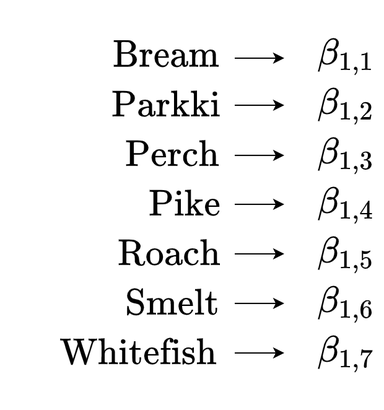
The draw.io diagram lessons/03_Bambi_Introduction/imgs/expected_values_0_plus_species.png in tomicapretto/etc, before a commit. Source tidied: cells renumbered, new cells last; positions are measured from the earlier drawing's top-left corner, leaving out a move shared by most shapes.
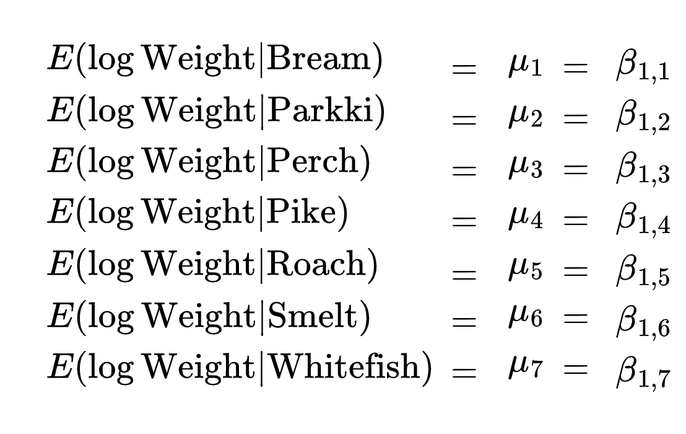
After the commit.

Diff of the diagram source:
```diff
@@ -2,89 +2,110 @@
   <root>
     <mxCell id="0" />
     <mxCell id="1" parent="0" />
-    <mxCell id="2" value="&lt;font style=&quot;font-size: 24px&quot;&gt;$$\text{Bream}$$&lt;/font&gt;" style="text;html=1;strokeColor=none;fillColor=none;align=center;verticalAlign=middle;whiteSpace=wrap;rounded=0;" parent="1" vertex="1">
-      <mxGeometry x="45" width="90" height="29.2" as="geometry" />
-    </mxCell>
     <mxCell id="3" value="&lt;font style=&quot;font-size: 24px&quot;&gt;$$\beta_{1, 1}$$&lt;/font&gt;" style="text;html=1;strokeColor=none;fillColor=none;align=center;verticalAlign=middle;whiteSpace=wrap;rounded=0;" parent="1" vertex="1">
-      <mxGeometry x="216" y="4.6" width="40" height="20" as="geometry" />
+      <mxGeometry x="200" y="9.1" width="40" height="20" as="geometry" />
     </mxCell>
-    <mxCell id="4" value="&lt;font style=&quot;font-size: 24px&quot;&gt;$$\text{Parkki}$$&lt;/font&gt;" style="text;html=1;strokeColor=none;fillColor=none;align=center;verticalAlign=middle;whiteSpace=wrap;rounded=0;" parent="1" vertex="1">
-      <mxGeometry x="45" y="40" width="90" height="29.2" as="geometry" />
-    </mxCell>
-    <mxCell id="5" value="&lt;font style=&quot;font-size: 24px&quot;&gt;$$\text{Perch}$$&lt;/font&gt;" style="text;html=1;strokeColor=none;fillColor=none;align=center;verticalAlign=middle;whiteSpace=wrap;rounded=0;" parent="1" vertex="1">
-      <mxGeometry x="55" y="80.4" width="80" height="29.5" as="geometry" />
-    </mxCell>
-    <mxCell id="6" value="&lt;font style=&quot;font-size: 24px&quot;&gt;$$\text{Pike}$$&lt;/font&gt;" style="text;html=1;strokeColor=none;fillColor=none;align=center;verticalAlign=middle;whiteSpace=wrap;rounded=0;" parent="1" vertex="1">
-      <mxGeometry x="75" y="120" width="60" height="29.2" as="geometry" />
-    </mxCell>
-    <mxCell id="7" value="&lt;meta http-equiv=&quot;content-type&quot; content=&quot;text/html; charset=utf-8&quot; style=&quot;&quot;&gt;&lt;span style=&quot;font-family: Helvetica; font-size: 24px; font-style: normal; font-variant-ligatures: normal; font-variant-caps: normal; font-weight: 400; letter-spacing: normal; orphans: 2; text-align: center; text-indent: 0px; text-transform: none; widows: 2; word-spacing: 0px; -webkit-text-stroke-width: 0px; background-color: rgb(248, 249, 250); text-decoration-style: initial; text-decoration-color: initial; float: none; display: inline !important;&quot;&gt;$$\text{Roach}$$&lt;/span&gt;" style="text;html=1;strokeColor=none;fillColor=none;align=center;verticalAlign=middle;whiteSpace=wrap;rounded=0;" parent="1" vertex="1">
-      <mxGeometry x="50" y="160" width="85" height="29.2" as="geometry" />
-    </mxCell>
-    <mxCell id="8" value="&lt;span style=&quot;font-family: &amp;#34;helvetica&amp;#34; ; font-size: 24px ; font-style: normal ; font-weight: 400 ; letter-spacing: normal ; text-align: center ; text-indent: 0px ; text-transform: none ; word-spacing: 0px ; background-color: rgb(248 , 249 , 250) ; float: none ; display: inline&quot;&gt;$$\text{Smelt}$$&lt;/span&gt;" style="text;html=1;strokeColor=none;fillColor=none;align=center;verticalAlign=middle;whiteSpace=wrap;rounded=0;" parent="1" vertex="1">
-      <mxGeometry x="55" y="200" width="80" height="29.2" as="geometry" />
-    </mxCell>
-    <mxCell id="9" value="&lt;span style=&quot;font-family: &amp;#34;helvetica&amp;#34; ; font-size: 24px ; font-style: normal ; font-weight: 400 ; letter-spacing: normal ; text-align: center ; text-indent: 0px ; text-transform: none ; word-spacing: 0px ; background-color: rgb(248 , 249 , 250) ; float: none ; display: inline&quot;&gt;$$\text{Whitefish}$$&lt;/span&gt;" style="text;html=1;strokeColor=none;fillColor=none;align=center;verticalAlign=middle;whiteSpace=wrap;rounded=0;" parent="1" vertex="1">
-      <mxGeometry y="240" width="135" height="29.2" as="geometry" />
-    </mxCell>
     <mxCell id="10" value="&lt;font style=&quot;font-size: 24px&quot;&gt;$$\beta_{1, 2}$$&lt;/font&gt;" style="text;html=1;strokeColor=none;fillColor=none;align=center;verticalAlign=middle;whiteSpace=wrap;rounded=0;" parent="1" vertex="1">
-      <mxGeometry x="216" y="44.6" width="40" height="20" as="geometry" />
+      <mxGeometry x="200" y="50.1" width="40" height="20" as="geometry" />
     </mxCell>
     <mxCell id="11" value="&lt;font style=&quot;font-size: 24px&quot;&gt;$$\beta_{1, 3}$$&lt;/font&gt;" style="text;html=1;strokeColor=none;fillColor=none;align=center;verticalAlign=middle;whiteSpace=wrap;rounded=0;" parent="1" vertex="1">
-      <mxGeometry x="216" y="85.1" width="40" height="20" as="geometry" />
+      <mxGeometry x="200" y="91.5" width="40" height="20" as="geometry" />
     </mxCell>
     <mxCell id="12" value="&lt;font style=&quot;font-size: 24px&quot;&gt;$$\beta_{1, 4}$$&lt;/font&gt;" style="text;html=1;strokeColor=none;fillColor=none;align=center;verticalAlign=middle;whiteSpace=wrap;rounded=0;" parent="1" vertex="1">
-      <mxGeometry x="216" y="124.6" width="40" height="20" as="geometry" />
+      <mxGeometry x="200" y="133.1" width="40" height="20" as="geometry" />
     </mxCell>
     <mxCell id="13" value="&lt;font style=&quot;font-size: 24px&quot;&gt;$$\beta_{1, 5}$$&lt;/font&gt;" style="text;html=1;strokeColor=none;fillColor=none;align=center;verticalAlign=middle;whiteSpace=wrap;rounded=0;" parent="1" vertex="1">
-      <mxGeometry x="216" y="164.6" width="40" height="20" as="geometry" />
+      <mxGeometry x="200" y="175.1" width="40" height="20" as="geometry" />
     </mxCell>
     <mxCell id="14" value="&lt;font style=&quot;font-size: 24px&quot;&gt;$$\beta_{1, 6}$$&lt;/font&gt;" style="text;html=1;strokeColor=none;fillColor=none;align=center;verticalAlign=middle;whiteSpace=wrap;rounded=0;" parent="1" vertex="1">
-      <mxGeometry x="216" y="204.6" width="40" height="20" as="geometry" />
+      <mxGeometry x="200" y="216.1" width="40" height="20" as="geometry" />
     </mxCell>
     <mxCell id="15" value="&lt;font style=&quot;font-size: 24px&quot;&gt;$$\beta_{1, 7}$$&lt;/font&gt;" style="text;html=1;strokeColor=none;fillColor=none;align=center;verticalAlign=middle;whiteSpace=wrap;rounded=0;" parent="1" vertex="1">
-      <mxGeometry x="216" y="244.6" width="40" height="20" as="geometry" />
+      <mxGeometry x="200" y="257.1" width="40" height="20" as="geometry" />
     </mxCell>
-    <mxCell id="16" style="endArrow=classic;html=1;" parent="1" edge="1">
-      <mxGeometry relative="1" as="geometry">
-        <mxPoint x="145" y="16.5" as="sourcePoint" />
-        <mxPoint x="185" y="16.5" as="targetPoint" />
-      </mxGeometry>
-    </mxCell>
-    <mxCell id="17" style="endArrow=classic;html=1;" parent="1" edge="1">
-      <mxGeometry relative="1" as="geometry">
-        <mxPoint x="145" y="54.5" as="sourcePoint" />
-        <mxPoint x="185" y="54.5" as="targetPoint" />
-      </mxGeometry>
-    </mxCell>
-    <mxCell id="18" style="endArrow=classic;html=1;" parent="1" edge="1">
-      <mxGeometry relative="1" as="geometry">
-        <mxPoint x="145" y="94.9" as="sourcePoint" />
-        <mxPoint x="185" y="94.9" as="targetPoint" />
-      </mxGeometry>
-    </mxCell>
-    <mxCell id="19" style="endArrow=classic;html=1;" parent="1" edge="1">
-      <mxGeometry relative="1" as="geometry">
-        <mxPoint x="145" y="134.5" as="sourcePoint" />
-        <mxPoint x="185" y="134.5" as="targetPoint" />
-      </mxGeometry>
-    </mxCell>
-    <mxCell id="20" style="endArrow=classic;html=1;" parent="1" edge="1">
-      <mxGeometry relative="1" as="geometry">
-        <mxPoint x="145" y="174.5" as="sourcePoint" />
-        <mxPoint x="185" y="174.5" as="targetPoint" />
-      </mxGeometry>
-    </mxCell>
-    <mxCell id="21" style="endArrow=classic;html=1;" parent="1" edge="1">
-      <mxGeometry relative="1" as="geometry">
-        <mxPoint x="145" y="214.5" as="sourcePoint" />
-        <mxPoint x="185" y="214.5" as="targetPoint" />
-      </mxGeometry>
-    </mxCell>
-    <mxCell id="22" style="endArrow=classic;html=1;" parent="1" edge="1">
-      <mxGeometry relative="1" as="geometry">
-        <mxPoint x="145" y="254.5" as="sourcePoint" />
-        <mxPoint x="185" y="254.5" as="targetPoint" />
-      </mxGeometry>
-    </mxCell>
+    <mxCell id="23" value="&lt;font style=&quot;font-size: 24px&quot;&gt;$$E(\log\text{Weight} | \text{Bream})$$&lt;/font&gt;" style="text;html=1;strokeColor=none;fillColor=none;align=center;verticalAlign=middle;whiteSpace=wrap;rounded=0;" parent="1" vertex="1">
+      <mxGeometry x="-276" y="0.6" width="300" height="29.2" as="geometry" />
+    </mxCell>
+    <mxCell id="24" value="&lt;span style=&quot;font-size: 24px;&quot;&gt;$$\mu_1$$&lt;/span&gt;" style="text;html=1;strokeColor=none;fillColor=none;align=center;verticalAlign=middle;whiteSpace=wrap;rounded=0;" parent="1" vertex="1">
+      <mxGeometry x="95" y="0.6" width="60" height="30" as="geometry" />
+    </mxCell>
+    <mxCell id="25" value="&lt;font style=&quot;font-size: 24px&quot;&gt;$$=$$&lt;/font&gt;" style="text;html=1;strokeColor=none;fillColor=none;align=center;verticalAlign=middle;whiteSpace=wrap;rounded=0;" parent="1" vertex="1">
+      <mxGeometry x="55" y="11.6" width="40" height="20" as="geometry" />
+    </mxCell>
+    <mxCell id="26" value="&lt;font style=&quot;font-size: 24px&quot;&gt;$$=$$&lt;/font&gt;" style="text;html=1;strokeColor=none;fillColor=none;align=center;verticalAlign=middle;whiteSpace=wrap;rounded=0;" parent="1" vertex="1">
+      <mxGeometry x="145" y="10.6" width="40" height="20" as="geometry" />
+    </mxCell>
+    <mxCell id="27" value="&lt;font style=&quot;font-size: 24px&quot;&gt;$$E(\log\text{Weight} | \text{Parkki})$$&lt;/font&gt;" style="text;html=1;strokeColor=none;fillColor=none;align=center;verticalAlign=middle;whiteSpace=wrap;rounded=0;" parent="1" vertex="1">
+      <mxGeometry x="-275" y="42.3" width="300" height="29.2" as="geometry" />
+    </mxCell>
+    <mxCell id="28" value="&lt;span style=&quot;font-size: 24px;&quot;&gt;$$\mu_2$$&lt;/span&gt;" style="text;html=1;strokeColor=none;fillColor=none;align=center;verticalAlign=middle;whiteSpace=wrap;rounded=0;" parent="1" vertex="1">
+      <mxGeometry x="95" y="42.3" width="60" height="30" as="geometry" />
+    </mxCell>
+    <mxCell id="29" value="&lt;font style=&quot;font-size: 24px&quot;&gt;$$=$$&lt;/font&gt;" style="text;html=1;strokeColor=none;fillColor=none;align=center;verticalAlign=middle;whiteSpace=wrap;rounded=0;" parent="1" vertex="1">
+      <mxGeometry x="55" y="53.2" width="40" height="20" as="geometry" />
+    </mxCell>
+    <mxCell id="30" value="&lt;font style=&quot;font-size: 24px&quot;&gt;$$=$$&lt;/font&gt;" style="text;html=1;strokeColor=none;fillColor=none;align=center;verticalAlign=middle;whiteSpace=wrap;rounded=0;" parent="1" vertex="1">
+      <mxGeometry x="145" y="52.3" width="40" height="20" as="geometry" />
+    </mxCell>
+    <mxCell id="31" value="&lt;font style=&quot;font-size: 24px&quot;&gt;$$E(\log\text{Weight} | \text{Perch})$$&lt;/font&gt;" style="text;html=1;strokeColor=none;fillColor=none;align=center;verticalAlign=middle;whiteSpace=wrap;rounded=0;" parent="1" vertex="1">
+      <mxGeometry x="-281" y="83.1" width="300" height="29.2" as="geometry" />
+    </mxCell>
+    <mxCell id="32" value="&lt;span style=&quot;font-size: 24px;&quot;&gt;$$\mu_3$$&lt;/span&gt;" style="text;html=1;strokeColor=none;fillColor=none;align=center;verticalAlign=middle;whiteSpace=wrap;rounded=0;" parent="1" vertex="1">
+      <mxGeometry x="95" y="82.8" width="60" height="30" as="geometry" />
+    </mxCell>
+    <mxCell id="33" value="&lt;font style=&quot;font-size: 24px&quot;&gt;$$=$$&lt;/font&gt;" style="text;html=1;strokeColor=none;fillColor=none;align=center;verticalAlign=middle;whiteSpace=wrap;rounded=0;" parent="1" vertex="1">
+      <mxGeometry x="55" y="93.7" width="40" height="20" as="geometry" />
+    </mxCell>
+    <mxCell id="34" value="&lt;font style=&quot;font-size: 24px&quot;&gt;$$=$$&lt;/font&gt;" style="text;html=1;strokeColor=none;fillColor=none;align=center;verticalAlign=middle;whiteSpace=wrap;rounded=0;" parent="1" vertex="1">
+      <mxGeometry x="145" y="92.8" width="40" height="20" as="geometry" />
+    </mxCell>
+    <mxCell id="35" value="&lt;font style=&quot;font-size: 24px&quot;&gt;$$E(\log\text{Weight} | \text{Pike})$$&lt;/font&gt;" style="text;html=1;strokeColor=none;fillColor=none;align=center;verticalAlign=middle;whiteSpace=wrap;rounded=0;" parent="1" vertex="1">
+      <mxGeometry x="-290" y="124.6" width="300" height="29.2" as="geometry" />
+    </mxCell>
+    <mxCell id="36" value="&lt;span style=&quot;font-size: 24px;&quot;&gt;$$\mu_4$$&lt;/span&gt;" style="text;html=1;strokeColor=none;fillColor=none;align=center;verticalAlign=middle;whiteSpace=wrap;rounded=0;" parent="1" vertex="1">
+      <mxGeometry x="95" y="124.3" width="60" height="30" as="geometry" />
+    </mxCell>
+    <mxCell id="37" value="&lt;font style=&quot;font-size: 24px&quot;&gt;$$=$$&lt;/font&gt;" style="text;html=1;strokeColor=none;fillColor=none;align=center;verticalAlign=middle;whiteSpace=wrap;rounded=0;" parent="1" vertex="1">
+      <mxGeometry x="55" y="135.2" width="40" height="20" as="geometry" />
+    </mxCell>
+    <mxCell id="38" value="&lt;font style=&quot;font-size: 24px&quot;&gt;$$=$$&lt;/font&gt;" style="text;html=1;strokeColor=none;fillColor=none;align=center;verticalAlign=middle;whiteSpace=wrap;rounded=0;" parent="1" vertex="1">
+      <mxGeometry x="145" y="134.3" width="40" height="20" as="geometry" />
+    </mxCell>
+    <mxCell id="39" value="&lt;font style=&quot;font-size: 24px&quot;&gt;$$E(\log\text{Weight} | \text{Roach})$$&lt;/font&gt;" style="text;html=1;strokeColor=none;fillColor=none;align=center;verticalAlign=middle;whiteSpace=wrap;rounded=0;" parent="1" vertex="1">
+      <mxGeometry x="-278" y="166.6" width="300" height="29.2" as="geometry" />
+    </mxCell>
+    <mxCell id="40" value="&lt;span style=&quot;font-size: 24px;&quot;&gt;$$\mu_5$$&lt;/span&gt;" style="text;html=1;strokeColor=none;fillColor=none;align=center;verticalAlign=middle;whiteSpace=wrap;rounded=0;" parent="1" vertex="1">
+      <mxGeometry x="95" y="164.6" width="60" height="30" as="geometry" />
+    </mxCell>
+    <mxCell id="41" value="&lt;font style=&quot;font-size: 24px&quot;&gt;$$=$$&lt;/font&gt;" style="text;html=1;strokeColor=none;fillColor=none;align=center;verticalAlign=middle;whiteSpace=wrap;rounded=0;" parent="1" vertex="1">
+      <mxGeometry x="145" y="174.6" width="40" height="20" as="geometry" />
+    </mxCell>
+    <mxCell id="42" value="&lt;font style=&quot;font-size: 24px&quot;&gt;$$=$$&lt;/font&gt;" style="text;html=1;strokeColor=none;fillColor=none;align=center;verticalAlign=middle;whiteSpace=wrap;rounded=0;" parent="1" vertex="1">
+      <mxGeometry x="55" y="177.5" width="40" height="20" as="geometry" />
+    </mxCell>
+    <mxCell id="43" value="&lt;font style=&quot;font-size: 24px&quot;&gt;$$E(\log\text{Weight} | \text{Smelt})$$&lt;/font&gt;" style="text;html=1;strokeColor=none;fillColor=none;align=center;verticalAlign=middle;whiteSpace=wrap;rounded=0;" parent="1" vertex="1">
+      <mxGeometry x="-281" y="208.4" width="300" height="29.2" as="geometry" />
+    </mxCell>
+    <mxCell id="44" value="&lt;span style=&quot;font-size: 24px;&quot;&gt;$$\mu_6$$&lt;/span&gt;" style="text;html=1;strokeColor=none;fillColor=none;align=center;verticalAlign=middle;whiteSpace=wrap;rounded=0;" parent="1" vertex="1">
+      <mxGeometry x="95" y="202.8" width="60" height="30" as="geometry" />
+    </mxCell>
+    <mxCell id="45" value="&lt;font style=&quot;font-size: 24px&quot;&gt;$$=$$&lt;/font&gt;" style="text;html=1;strokeColor=none;fillColor=none;align=center;verticalAlign=middle;whiteSpace=wrap;rounded=0;" parent="1" vertex="1">
+      <mxGeometry x="145" y="212.8" width="40" height="20" as="geometry" />
+    </mxCell>
+    <mxCell id="46" value="&lt;font style=&quot;font-size: 24px&quot;&gt;$$=$$&lt;/font&gt;" style="text;html=1;strokeColor=none;fillColor=none;align=center;verticalAlign=middle;whiteSpace=wrap;rounded=0;" parent="1" vertex="1">
+      <mxGeometry x="55" y="215.8" width="40" height="20" as="geometry" />
+    </mxCell>
+    <mxCell id="47" value="&lt;font style=&quot;font-size: 24px&quot;&gt;$$E(\log\text{Weight} | \text{Whitefish})$$&lt;/font&gt;" style="text;html=1;strokeColor=none;fillColor=none;align=center;verticalAlign=middle;whiteSpace=wrap;rounded=0;" parent="1" vertex="1">
+      <mxGeometry x="-256" y="249.1" width="300" height="29.2" as="geometry" />
+    </mxCell>
+    <mxCell id="48" value="&lt;span style=&quot;font-size: 24px;&quot;&gt;$$\mu_7$$&lt;/span&gt;" style="text;html=1;strokeColor=none;fillColor=none;align=center;verticalAlign=middle;whiteSpace=wrap;rounded=0;" parent="1" vertex="1">
+      <mxGeometry x="95" y="244.1" width="60" height="30" as="geometry" />
+    </mxCell>
+    <mxCell id="49" value="&lt;font style=&quot;font-size: 24px&quot;&gt;$$=$$&lt;/font&gt;" style="text;html=1;strokeColor=none;fillColor=none;align=center;verticalAlign=middle;whiteSpace=wrap;rounded=0;" parent="1" vertex="1">
+      <mxGeometry x="145" y="254.1" width="40" height="20" as="geometry" />
+    </mxCell>
+    <mxCell id="50" value="&lt;font style=&quot;font-size: 24px&quot;&gt;$$=$$&lt;/font&gt;" style="text;html=1;strokeColor=none;fillColor=none;align=center;verticalAlign=middle;whiteSpace=wrap;rounded=0;" parent="1" vertex="1">
+      <mxGeometry x="55" y="257.1" width="40" height="20" as="geometry" />
+    </mxCell>
   </root>
 </mxGraphModel>
```
